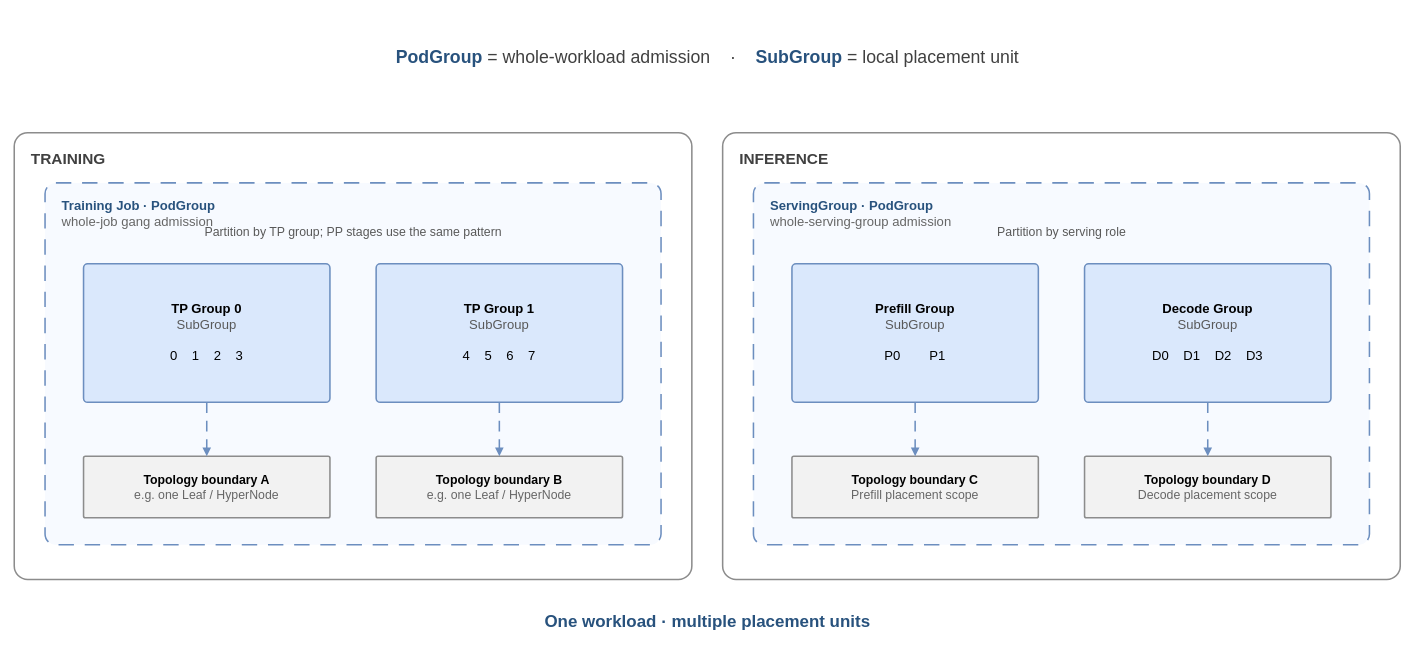
Above: docs/images/kubecon-china-2026/slide-13-podgroup-subgroup-model.drawio in JesseStutler/volcano (draw.io), before the change. Source tidied: cells renumbered, new cells numbered last; positions are measured from the earlier drawing's top-left corner, leaving out a move shared by most shapes. Both pictures are drawn from the tidied source at 77%, with x=0, y=0 at pixel (14, 42).
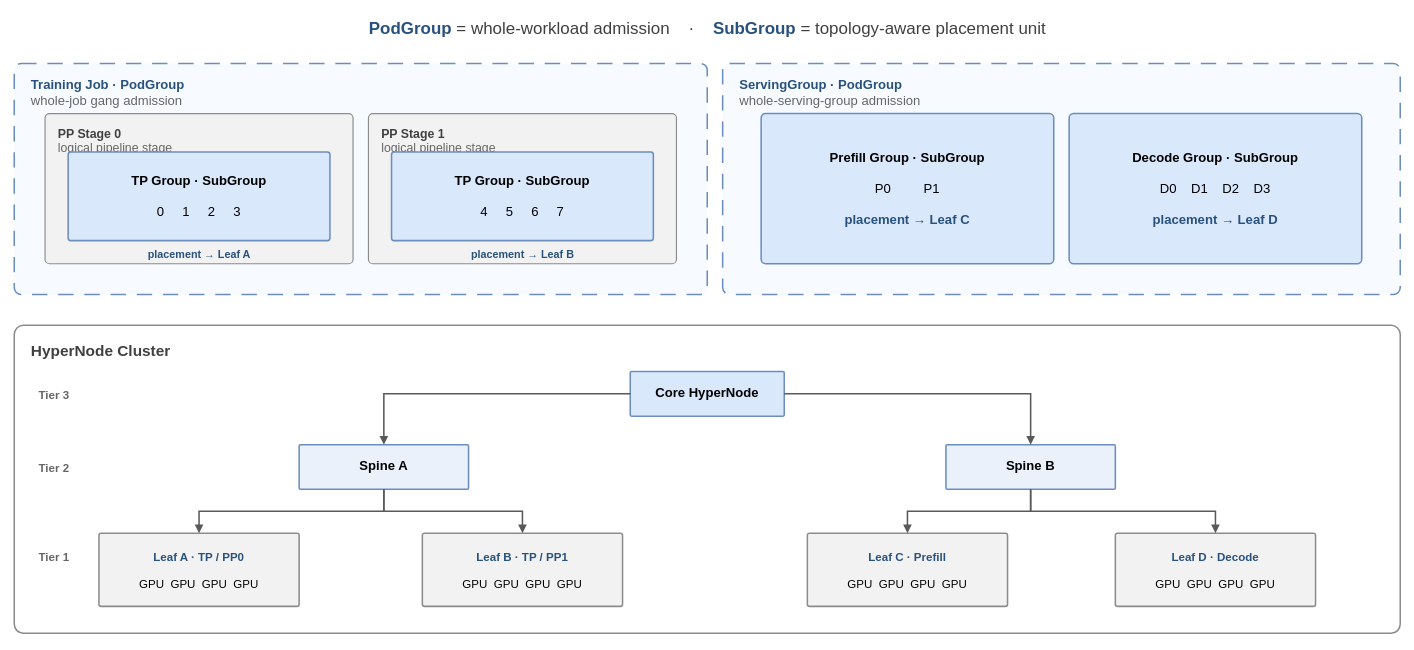
The same diagram, later.

Commit message (it also covers changes not shown here):
docs: show tiered topology in SubGroup diagram

Map PP-stage TP groups and serving roles into one shared HyperNode cluster hierarchy.

Diff of the diagram source:
```diff
@@
-    <mxCell id="2" value="&lt;b&gt;&lt;font color=&quot;#28527d&quot;&gt;PodGroup&lt;/font&gt;&lt;/b&gt; = whole-workload admission    ·    &lt;b&gt;&lt;font color=&quot;#28527d&quot;&gt;SubGroup&lt;/font&gt;&lt;/b&gt; = local placement unit" style="text;html=1;strokeColor=none;fillColor=none;fontSize=23;align=center;fontColor=#404040;" parent="1" vertex="1">
-      <mxGeometry x="300" width="1200" height="45" as="geometry" />
-    </mxCell>
-    <mxCell id="3" value="&lt;b&gt;TRAINING&lt;/b&gt;" style="rounded=1;arcSize=3;whiteSpace=wrap;html=1;fillColor=#ffffff;strokeColor=#8c8c8c;strokeWidth=2;verticalAlign=top;align=left;spacingLeft=20;spacingTop=15;fontSize=20;fontColor=#404040;" parent="1" vertex="1">
-      <mxGeometry y="118" width="880" height="580" as="geometry" />
-    </mxCell>
+    <mxCell id="22" value="&lt;b&gt;&lt;font color=&quot;#28527d&quot;&gt;PodGroup&lt;/font&gt;&lt;/b&gt; = whole-workload admission    ·    &lt;b&gt;&lt;font color=&quot;#28527d&quot;&gt;SubGroup&lt;/font&gt;&lt;/b&gt; = topology-aware placement unit" style="text;html=1;strokeColor=none;fillColor=none;fontSize=22;align=center;fontColor=#404040;" parent="1" vertex="1">
+      <mxGeometry x="300" y="-37" width="1200" height="40" as="geometry" />
+    </mxCell>
-    <mxCell id="4" value="&lt;b&gt;Training Job · PodGroup&lt;/b&gt;&lt;br&gt;&lt;font color=&quot;#666666&quot;&gt;whole-job gang admission&lt;/font&gt;" style="rounded=1;arcSize=3;whiteSpace=wrap;html=1;fillColor=#f7faff;strokeColor=#6c8ebf;strokeWidth=2;dashed=1;dashPattern=10 7;verticalAlign=top;align=left;spacingLeft=20;spacingTop=14;fontSize=17;fontColor=#28527d;" parent="1" vertex="1">
-      <mxGeometry x="40" y="183" width="800" height="470" as="geometry" />
+    <mxCell id="4" value="&lt;b&gt;Training Job · PodGroup&lt;/b&gt;&lt;br&gt;&lt;font color=&quot;#666666&quot;&gt;whole-job gang admission&lt;/font&gt;" style="rounded=1;arcSize=3;whiteSpace=wrap;html=1;fillColor=#f7faff;strokeColor=#6c8ebf;strokeWidth=2;dashed=1;dashPattern=10 7;verticalAlign=top;align=left;spacingLeft=20;spacingTop=12;fontSize=17;fontColor=#28527d;" parent="1" vertex="1">
+      <mxGeometry y="28" width="900" height="300" as="geometry" />
     </mxCell>
-    <mxCell id="5" value="Partition by TP group; PP stages use the same pattern" style="text;html=1;strokeColor=none;fillColor=none;fontSize=16;align=center;fontColor=#595959;" parent="1" vertex="1">
-      <mxGeometry x="200" y="230" width="480" height="28" as="geometry" />
-    </mxCell>
+    <mxCell id="23" value="&lt;b&gt;PP Stage 0&lt;/b&gt;&lt;br&gt;&lt;font color=&quot;#666666&quot;&gt;logical pipeline stage&lt;/font&gt;" style="rounded=1;arcSize=3;whiteSpace=wrap;html=1;fillColor=#f2f2f2;strokeColor=#8c8c8c;strokeWidth=1.5;verticalAlign=top;align=left;spacingLeft=15;spacingTop=10;fontSize=16;fontColor=#404040;" parent="1" vertex="1">
+      <mxGeometry x="40" y="93" width="400" height="195" as="geometry" />
+    </mxCell>
-    <mxCell id="6" value="&lt;b&gt;TP Group 0&lt;/b&gt;&lt;br&gt;&lt;font color=&quot;#595959&quot;&gt;SubGroup&lt;/font&gt;&lt;br&gt;&lt;br&gt;0    1    2    3" style="rounded=1;arcSize=3;whiteSpace=wrap;html=1;fillColor=#dae8fc;strokeColor=#6c8ebf;strokeWidth=2;fontSize=17;align=center;verticalAlign=middle;" parent="1" vertex="1">
-      <mxGeometry x="90" y="288" width="320" height="180" as="geometry" />
+    <mxCell id="6" value="&lt;b&gt;TP Group · SubGroup&lt;/b&gt;&lt;br&gt;&lt;br&gt;0     1     2     3" style="rounded=1;arcSize=3;whiteSpace=wrap;html=1;fillColor=#dae8fc;strokeColor=#6c8ebf;strokeWidth=2;fontSize=17;align=center;verticalAlign=middle;" parent="1" vertex="1">
+      <mxGeometry x="70" y="143" width="340" height="115" as="geometry" />
     </mxCell>
+    <mxCell id="24" value="&lt;b&gt;placement → Leaf A&lt;/b&gt;" style="text;html=1;strokeColor=none;fillColor=none;fontSize=14;align=center;fontColor=#28527d;" parent="1" vertex="1">
+      <mxGeometry x="130" y="261" width="220" height="25" as="geometry" />
+    </mxCell>
+    <mxCell id="25" value="&lt;b&gt;PP Stage 1&lt;/b&gt;&lt;br&gt;&lt;font color=&quot;#666666&quot;&gt;logical pipeline stage&lt;/font&gt;" style="rounded=1;arcSize=3;whiteSpace=wrap;html=1;fillColor=#f2f2f2;strokeColor=#8c8c8c;strokeWidth=1.5;verticalAlign=top;align=left;spacingLeft=15;spacingTop=10;fontSize=16;fontColor=#404040;" parent="1" vertex="1">
+      <mxGeometry x="460" y="93" width="400" height="195" as="geometry" />
+    </mxCell>
-    <mxCell id="7" value="&lt;b&gt;TP Group 1&lt;/b&gt;&lt;br&gt;&lt;font color=&quot;#595959&quot;&gt;SubGroup&lt;/font&gt;&lt;br&gt;&lt;br&gt;4    5    6    7" style="rounded=1;arcSize=3;whiteSpace=wrap;html=1;fillColor=#dae8fc;strokeColor=#6c8ebf;strokeWidth=2;fontSize=17;align=center;verticalAlign=middle;" parent="1" vertex="1">
-      <mxGeometry x="470" y="288" width="320" height="180" as="geometry" />
+    <mxCell id="7" value="&lt;b&gt;TP Group · SubGroup&lt;/b&gt;&lt;br&gt;&lt;br&gt;4     5     6     7" style="rounded=1;arcSize=3;whiteSpace=wrap;html=1;fillColor=#dae8fc;strokeColor=#6c8ebf;strokeWidth=2;fontSize=17;align=center;verticalAlign=middle;" parent="1" vertex="1">
+      <mxGeometry x="490" y="143" width="340" height="115" as="geometry" />
     </mxCell>
-    <mxCell id="8" value="&lt;b&gt;Topology boundary A&lt;/b&gt;&lt;br&gt;&lt;font color=&quot;#666666&quot;&gt;e.g. one Leaf / HyperNode&lt;/font&gt;" style="rounded=1;arcSize=3;whiteSpace=wrap;html=1;fillColor=#f2f2f2;strokeColor=#8c8c8c;strokeWidth=2;fontSize=16;align=center;verticalAlign=middle;" parent="1" vertex="1">
-      <mxGeometry x="90" y="538" width="320" height="80" as="geometry" />
-    </mxCell>
-    <mxCell id="9" value="&lt;b&gt;Topology boundary B&lt;/b&gt;&lt;br&gt;&lt;font color=&quot;#666666&quot;&gt;e.g. one Leaf / HyperNode&lt;/font&gt;" style="rounded=1;arcSize=3;whiteSpace=wrap;html=1;fillColor=#f2f2f2;strokeColor=#8c8c8c;strokeWidth=2;fontSize=16;align=center;verticalAlign=middle;" parent="1" vertex="1">
-      <mxGeometry x="470" y="538" width="320" height="80" as="geometry" />
-    </mxCell>
-    <mxCell id="10" value="&lt;b&gt;INFERENCE&lt;/b&gt;" style="rounded=1;arcSize=3;whiteSpace=wrap;html=1;fillColor=#ffffff;strokeColor=#8c8c8c;strokeWidth=2;verticalAlign=top;align=left;spacingLeft=20;spacingTop=15;fontSize=20;fontColor=#404040;" parent="1" vertex="1">
-      <mxGeometry x="920" y="118" width="880" height="580" as="geometry" />
-    </mxCell>
+    <mxCell id="26" value="&lt;b&gt;placement → Leaf B&lt;/b&gt;" style="text;html=1;strokeColor=none;fillColor=none;fontSize=14;align=center;fontColor=#28527d;" parent="1" vertex="1">
+      <mxGeometry x="550" y="261" width="220" height="25" as="geometry" />
+    </mxCell>
-    <mxCell id="11" value="&lt;b&gt;ServingGroup · PodGroup&lt;/b&gt;&lt;br&gt;&lt;font color=&quot;#666666&quot;&gt;whole-serving-group admission&lt;/font&gt;" style="rounded=1;arcSize=3;whiteSpace=wrap;html=1;fillColor=#f7faff;strokeColor=#6c8ebf;strokeWidth=2;dashed=1;dashPattern=10 7;verticalAlign=top;align=left;spacingLeft=20;spacingTop=14;fontSize=17;fontColor=#28527d;" parent="1" vertex="1">
-      <mxGeometry x="960" y="183" width="800" height="470" as="geometry" />
+    <mxCell id="11" value="&lt;b&gt;ServingGroup · PodGroup&lt;/b&gt;&lt;br&gt;&lt;font color=&quot;#666666&quot;&gt;whole-serving-group admission&lt;/font&gt;" style="rounded=1;arcSize=3;whiteSpace=wrap;html=1;fillColor=#f7faff;strokeColor=#6c8ebf;strokeWidth=2;dashed=1;dashPattern=10 7;verticalAlign=top;align=left;spacingLeft=20;spacingTop=12;fontSize=17;fontColor=#28527d;" parent="1" vertex="1">
+      <mxGeometry x="920" y="28" width="880" height="300" as="geometry" />
     </mxCell>
-    <mxCell id="12" value="Partition by serving role" style="text;html=1;strokeColor=none;fillColor=none;fontSize=16;align=center;fontColor=#595959;" parent="1" vertex="1">
-      <mxGeometry x="1160" y="230" width="400" height="28" as="geometry" />
-    </mxCell>
-    <mxCell id="13" value="&lt;b&gt;Prefill Group&lt;/b&gt;&lt;br&gt;&lt;font color=&quot;#595959&quot;&gt;SubGroup&lt;/font&gt;&lt;br&gt;&lt;br&gt;P0        P1" style="rounded=1;arcSize=3;whiteSpace=wrap;html=1;fillColor=#dae8fc;strokeColor=#6c8ebf;strokeWidth=2;fontSize=17;align=center;verticalAlign=middle;" parent="1" vertex="1">
-      <mxGeometry x="1010" y="288" width="320" height="180" as="geometry" />
+    <mxCell id="13" value="&lt;b&gt;Prefill Group · SubGroup&lt;/b&gt;&lt;br&gt;&lt;br&gt;P0         P1&lt;br&gt;&lt;br&gt;&lt;b&gt;&lt;font color=&quot;#28527d&quot;&gt;placement → Leaf C&lt;/font&gt;&lt;/b&gt;" style="rounded=1;arcSize=3;whiteSpace=wrap;html=1;fillColor=#dae8fc;strokeColor=#6c8ebf;strokeWidth=2;fontSize=17;align=center;verticalAlign=middle;" parent="1" vertex="1">
+      <mxGeometry x="970" y="93" width="380" height="195" as="geometry" />
     </mxCell>
-    <mxCell id="14" value="&lt;b&gt;Decode Group&lt;/b&gt;&lt;br&gt;&lt;font color=&quot;#595959&quot;&gt;SubGroup&lt;/font&gt;&lt;br&gt;&lt;br&gt;D0    D1    D2    D3" style="rounded=1;arcSize=3;whiteSpace=wrap;html=1;fillColor=#dae8fc;strokeColor=#6c8ebf;strokeWidth=2;fontSize=17;align=center;verticalAlign=middle;" parent="1" vertex="1">
-      <mxGeometry x="1390" y="288" width="320" height="180" as="geometry" />
+    <mxCell id="14" value="&lt;b&gt;Decode Group · SubGroup&lt;/b&gt;&lt;br&gt;&lt;br&gt;D0    D1    D2    D3&lt;br&gt;&lt;br&gt;&lt;b&gt;&lt;font color=&quot;#28527d&quot;&gt;placement → Leaf D&lt;/font&gt;&lt;/b&gt;" style="rounded=1;arcSize=3;whiteSpace=wrap;html=1;fillColor=#dae8fc;strokeColor=#6c8ebf;strokeWidth=2;fontSize=17;align=center;verticalAlign=middle;" parent="1" vertex="1">
+      <mxGeometry x="1370" y="93" width="380" height="195" as="geometry" />
     </mxCell>
-    <mxCell id="15" value="&lt;b&gt;Topology boundary C&lt;/b&gt;&lt;br&gt;&lt;font color=&quot;#666666&quot;&gt;Prefill placement scope&lt;/font&gt;" style="rounded=1;arcSize=3;whiteSpace=wrap;html=1;fillColor=#f2f2f2;strokeColor=#8c8c8c;strokeWidth=2;fontSize=16;align=center;verticalAlign=middle;" parent="1" vertex="1">
-      <mxGeometry x="1010" y="538" width="320" height="80" as="geometry" />
-    </mxCell>
-    <mxCell id="16" value="&lt;b&gt;Topology boundary D&lt;/b&gt;&lt;br&gt;&lt;font color=&quot;#666666&quot;&gt;Decode placement scope&lt;/font&gt;" style="rounded=1;arcSize=3;whiteSpace=wrap;html=1;fillColor=#f2f2f2;strokeColor=#8c8c8c;strokeWidth=2;fontSize=16;align=center;verticalAlign=middle;" parent="1" vertex="1">
-      <mxGeometry x="1390" y="538" width="320" height="80" as="geometry" />
-    </mxCell>
-    <mxCell id="17" style="edgeStyle=orthogonalEdgeStyle;rounded=0;html=1;endArrow=block;endFill=1;strokeColor=#6c8ebf;strokeWidth=2;dashed=1;dashPattern=7 5;" parent="1" edge="1" source="6" target="8">
-      <mxGeometry relative="1" as="geometry" />
-    </mxCell>
-    <mxCell id="18" style="edgeStyle=orthogonalEdgeStyle;rounded=0;html=1;endArrow=block;endFill=1;strokeColor=#6c8ebf;strokeWidth=2;dashed=1;dashPattern=7 5;" parent="1" edge="1" source="7" target="9">
-      <mxGeometry relative="1" as="geometry" />
-    </mxCell>
-    <mxCell id="19" style="edgeStyle=orthogonalEdgeStyle;rounded=0;html=1;endArrow=block;endFill=1;strokeColor=#6c8ebf;strokeWidth=2;dashed=1;dashPattern=7 5;" parent="1" edge="1" source="13" target="15">
-      <mxGeometry relative="1" as="geometry" />
-    </mxCell>
-    <mxCell id="20" style="edgeStyle=orthogonalEdgeStyle;rounded=0;html=1;endArrow=block;endFill=1;strokeColor=#6c8ebf;strokeWidth=2;dashed=1;dashPattern=7 5;" parent="1" edge="1" source="14" target="16">
-      <mxGeometry relative="1" as="geometry" />
-    </mxCell>
-    <mxCell id="21" value="&lt;b&gt;One workload · multiple placement units&lt;/b&gt;" style="text;html=1;strokeColor=none;fillColor=none;fontSize=22;align=center;fontColor=#28527d;" parent="1" vertex="1">
-      <mxGeometry x="500" y="733" width="800" height="40" as="geometry" />
-    </mxCell>
+    <mxCell id="27" value="&lt;b&gt;HyperNode Cluster&lt;/b&gt;" style="rounded=1;arcSize=3;whiteSpace=wrap;html=1;fillColor=#ffffff;strokeColor=#8c8c8c;strokeWidth=2;verticalAlign=top;align=left;spacingLeft=20;spacingTop=14;fontSize=20;fontColor=#404040;" parent="1" vertex="1">
+      <mxGeometry y="368" width="1800" height="400" as="geometry" />
+    </mxCell>
+    <mxCell id="28" value="&lt;b&gt;Tier 3&lt;/b&gt;" style="text;html=1;strokeColor=none;fillColor=none;fontSize=15;align=left;fontColor=#666666;" parent="1" vertex="1">
+      <mxGeometry x="30" y="443" width="80" height="25" as="geometry" />
+    </mxCell>
+    <mxCell id="29" value="&lt;b&gt;Tier 2&lt;/b&gt;" style="text;html=1;strokeColor=none;fillColor=none;fontSize=15;align=left;fontColor=#666666;" parent="1" vertex="1">
+      <mxGeometry x="30" y="538" width="80" height="25" as="geometry" />
+    </mxCell>
+    <mxCell id="30" value="&lt;b&gt;Tier 1&lt;/b&gt;" style="text;html=1;strokeColor=none;fillColor=none;fontSize=15;align=left;fontColor=#666666;" parent="1" vertex="1">
+      <mxGeometry x="30" y="653" width="80" height="25" as="geometry" />
+    </mxCell>
+    <mxCell id="31" value="&lt;b&gt;Core HyperNode&lt;/b&gt;" style="rounded=1;arcSize=3;whiteSpace=wrap;html=1;fillColor=#dae8fc;strokeColor=#6c8ebf;strokeWidth=2;fontSize=17;align=center;verticalAlign=middle;" parent="1" vertex="1">
+      <mxGeometry x="800" y="428" width="200" height="58" as="geometry" />
+    </mxCell>
+    <mxCell id="32" value="&lt;b&gt;Spine A&lt;/b&gt;" style="rounded=1;arcSize=3;whiteSpace=wrap;html=1;fillColor=#eaf1fb;strokeColor=#6c8ebf;strokeWidth=2;fontSize=17;align=center;verticalAlign=middle;" parent="1" vertex="1">
+      <mxGeometry x="370" y="523" width="220" height="58" as="geometry" />
+    </mxCell>
+    <mxCell id="33" value="&lt;b&gt;Spine B&lt;/b&gt;" style="rounded=1;arcSize=3;whiteSpace=wrap;html=1;fillColor=#eaf1fb;strokeColor=#6c8ebf;strokeWidth=2;fontSize=17;align=center;verticalAlign=middle;" parent="1" vertex="1">
+      <mxGeometry x="1210" y="523" width="220" height="58" as="geometry" />
+    </mxCell>
+    <mxCell id="34" value="&lt;b&gt;&lt;font color=&quot;#28527d&quot;&gt;Leaf A · TP / PP0&lt;/font&gt;&lt;/b&gt;&lt;br&gt;&lt;br&gt;GPU  GPU  GPU  GPU" style="rounded=1;arcSize=3;whiteSpace=wrap;html=1;fillColor=#f2f2f2;strokeColor=#8c8c8c;strokeWidth=2;fontSize=15;align=center;verticalAlign=middle;" parent="1" vertex="1">
+      <mxGeometry x="110" y="638" width="260" height="95" as="geometry" />
+    </mxCell>
+    <mxCell id="35" value="&lt;b&gt;&lt;font color=&quot;#28527d&quot;&gt;Leaf B · TP / PP1&lt;/font&gt;&lt;/b&gt;&lt;br&gt;&lt;br&gt;GPU  GPU  GPU  GPU" style="rounded=1;arcSize=3;whiteSpace=wrap;html=1;fillColor=#f2f2f2;strokeColor=#8c8c8c;strokeWidth=2;fontSize=15;align=center;verticalAlign=middle;" parent="1" vertex="1">
+      <mxGeometry x="530" y="638" width="260" height="95" as="geometry" />
+    </mxCell>
+    <mxCell id="36" value="&lt;b&gt;&lt;font color=&quot;#28527d&quot;&gt;Leaf C · Prefill&lt;/font&gt;&lt;/b&gt;&lt;br&gt;&lt;br&gt;GPU  GPU  GPU  GPU" style="rounded=1;arcSize=3;whiteSpace=wrap;html=1;fillColor=#f2f2f2;strokeColor=#8c8c8c;strokeWidth=2;fontSize=15;align=center;verticalAlign=middle;" parent="1" vertex="1">
+      <mxGeometry x="1030" y="638" width="260" height="95" as="geometry" />
+    </mxCell>
+    <mxCell id="37" value="&lt;b&gt;&lt;font color=&quot;#28527d&quot;&gt;Leaf D · Decode&lt;/font&gt;&lt;/b&gt;&lt;br&gt;&lt;br&gt;GPU  GPU  GPU  GPU" style="rounded=1;arcSize=3;whiteSpace=wrap;html=1;fillColor=#f2f2f2;strokeColor=#8c8c8c;strokeWidth=2;fontSize=15;align=center;verticalAlign=middle;" parent="1" vertex="1">
+      <mxGeometry x="1430" y="638" width="260" height="95" as="geometry" />
+    </mxCell>
+    <mxCell id="38" style="edgeStyle=orthogonalEdgeStyle;rounded=0;html=1;endArrow=block;endFill=1;strokeColor=#595959;strokeWidth=2;" parent="1" edge="1" source="31" target="32">
+      <mxGeometry relative="1" as="geometry" />
+    </mxCell>
+    <mxCell id="39" style="edgeStyle=orthogonalEdgeStyle;rounded=0;html=1;endArrow=block;endFill=1;strokeColor=#595959;strokeWidth=2;" parent="1" edge="1" source="31" target="33">
+      <mxGeometry relative="1" as="geometry" />
+    </mxCell>
+    <mxCell id="40" style="edgeStyle=orthogonalEdgeStyle;rounded=0;html=1;endArrow=block;endFill=1;strokeColor=#595959;strokeWidth=2;" parent="1" edge="1" source="32" target="34">
+      <mxGeometry relative="1" as="geometry" />
+    </mxCell>
+    <mxCell id="41" style="edgeStyle=orthogonalEdgeStyle;rounded=0;html=1;endArrow=block;endFill=1;strokeColor=#595959;strokeWidth=2;" parent="1" edge="1" source="32" target="35">
+      <mxGeometry relative="1" as="geometry" />
+    </mxCell>
+    <mxCell id="42" style="edgeStyle=orthogonalEdgeStyle;rounded=0;html=1;endArrow=block;endFill=1;strokeColor=#595959;strokeWidth=2;" parent="1" edge="1" source="33" target="36">
+      <mxGeometry relative="1" as="geometry" />
+    </mxCell>
+    <mxCell id="43" style="edgeStyle=orthogonalEdgeStyle;rounded=0;html=1;endArrow=block;endFill=1;strokeColor=#595959;strokeWidth=2;" parent="1" edge="1" source="33" target="37">
+      <mxGeometry relative="1" as="geometry" />
+    </mxCell>
```
